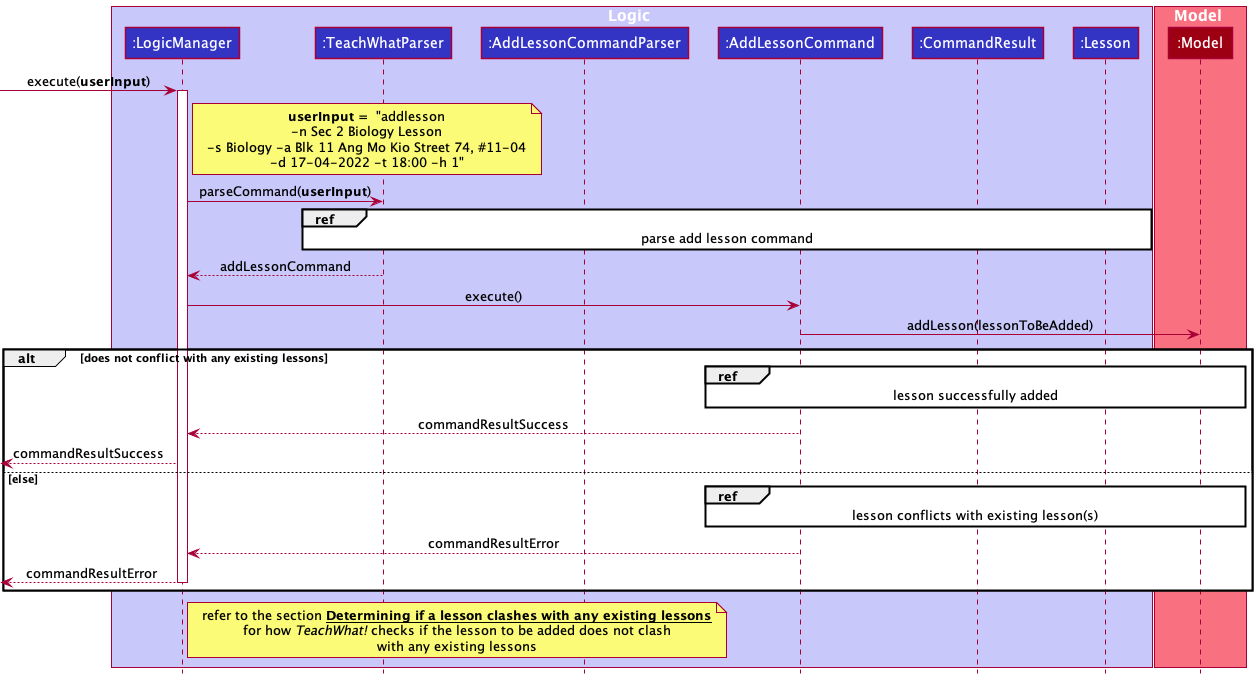
This is docs/images/AddLessonSequenceDiagram_1.png from nus-cs2103-AY2122S2/tp, a PlantUML export, as it was before one commit.
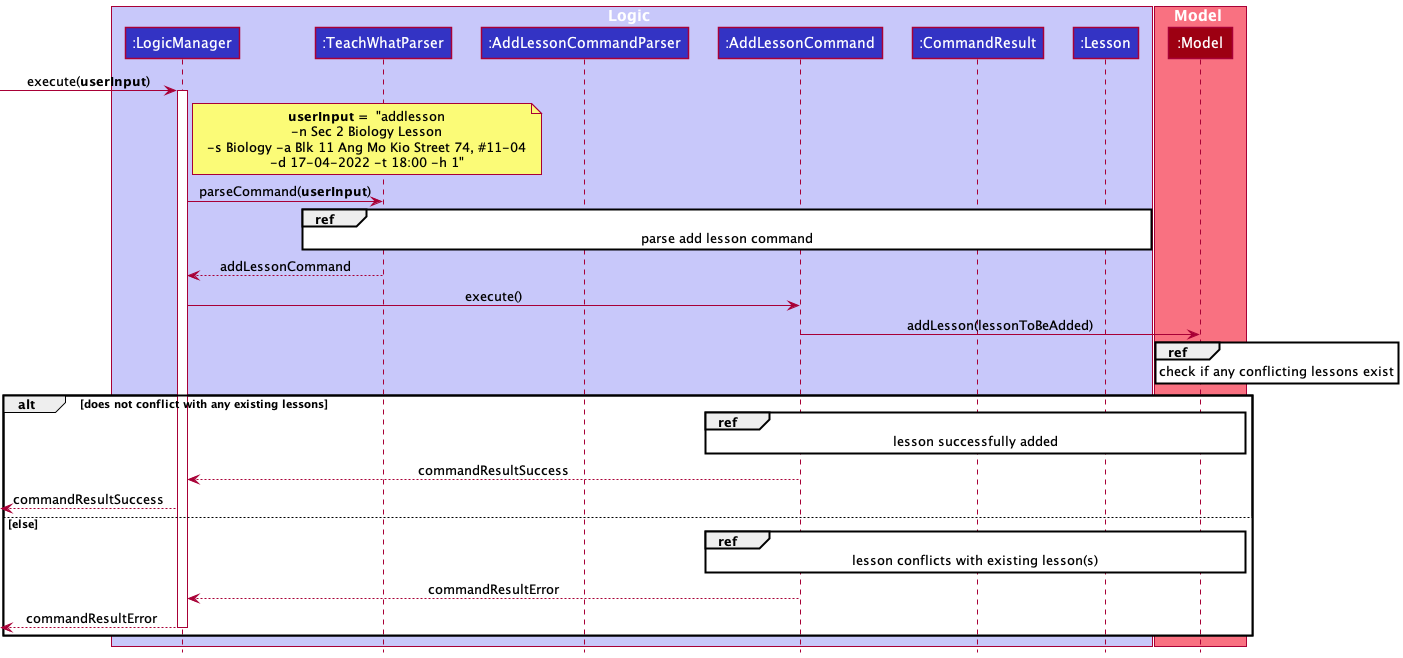
Later version of the same file.

Commit message:
Add sequence diagram for checking of conflicting lessons

What changed in the source:
```diff
@@ -36,6 +36,10 @@
 
 AddLessonCommand -> Model : addLesson(lessonToBeAdded)
 
+ref over Model
+    check if any conflicting lessons exist
+end ref
+
 alt does not conflict with any existing lessons
     ref over AddLessonCommand, Lesson, Model
         lesson successfully added
@@ -56,9 +60,4 @@
 
     deactivate LogicManager
 end
-note right of LogicManager
-        refer to the section __**Determining if a lesson clashes with any existing lessons**__
-        for how //TeachWhat!// checks if the lesson to be added does not clash
-        with any existing lessons
-        end note
 @enduml
```
